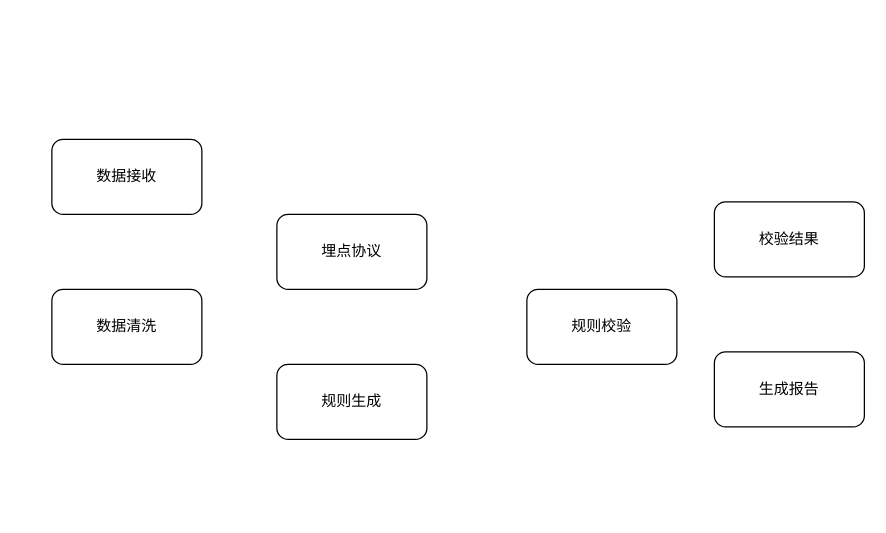
shaozc3g/draw_io keeps this draw.io diagram as 数据采集中心-测试校验模块.drawio. Above is the earlier version. Source tidied: cells renumbered, new cells numbered last; positions are measured from the earlier drawing's top-left corner, leaving out a move shared by most shapes. Both pictures are drawn from the tidied source at 125%, with x=0, y=0 at pixel (51, 139).
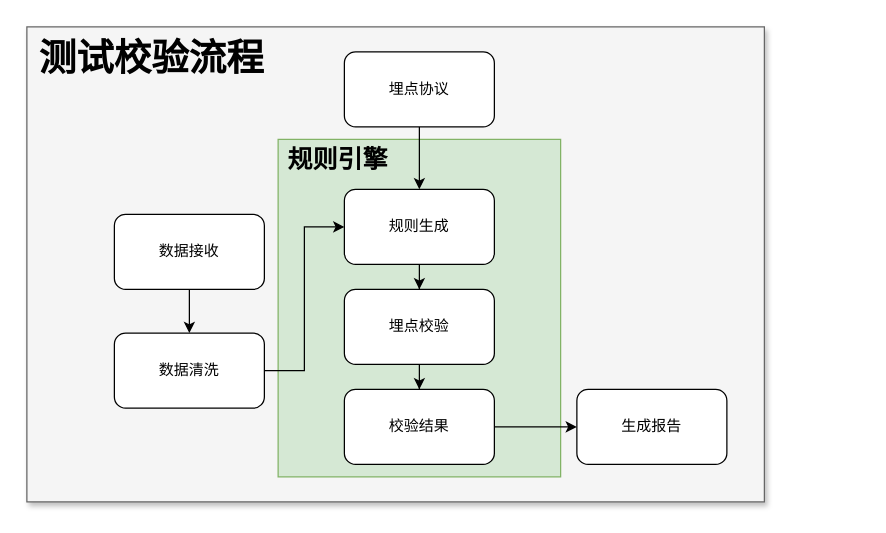
The same page after the edit.

Commit message:
更新数据采集中心-测试校验模块.drawio

The edit, as a diff of the source:
```diff
@@
 <mxGraphModel>
   <root>
     <mxCell id="0" />
     <mxCell id="1" parent="0" />
+    <mxCell id="9" style="rounded=0;whiteSpace=wrap;html=1;shadow=1;fillColor=#f5f5f5;strokeColor=#666666;fontColor=#333333;" parent="1" vertex="1">
+      <mxGeometry x="-20" y="-90" width="590" height="380" as="geometry" />
+    </mxCell>
+    <mxCell id="10" style="rounded=0;whiteSpace=wrap;html=1;fillColor=#d5e8d4;strokeColor=#82b366;" parent="1" vertex="1">
+      <mxGeometry x="181" width="226" height="270" as="geometry" />
+    </mxCell>
+    <mxCell id="11" style="edgeStyle=orthogonalEdgeStyle;rounded=0;jettySize=auto;html=1;exitX=0.5;exitY=1;exitDx=0;exitDy=0;" parent="1" edge="1" source="2" target="3">
+      <mxGeometry relative="1" as="geometry" />
+    </mxCell>
     <mxCell id="2" value="数据接收" style="rounded=1;whiteSpace=wrap;html=1;" parent="1" vertex="1">
-      <mxGeometry width="120" height="60" as="geometry" />
+      <mxGeometry x="50" y="60" width="120" height="60" as="geometry" />
     </mxCell>
+    <mxCell id="12" style="edgeStyle=orthogonalEdgeStyle;rounded=0;jettySize=auto;html=1;entryX=0;entryY=0.5;entryDx=0;entryDy=0;" parent="1" edge="1" source="3" target="5">
+      <mxGeometry relative="1" as="geometry" />
+    </mxCell>
     <mxCell id="3" value="数据清洗" style="rounded=1;whiteSpace=wrap;html=1;" parent="1" vertex="1">
-      <mxGeometry y="120" width="120" height="60" as="geometry" />
+      <mxGeometry x="50" y="155" width="120" height="60" as="geometry" />
     </mxCell>
+    <mxCell id="13" style="edgeStyle=orthogonalEdgeStyle;rounded=0;jettySize=auto;html=1;exitX=0.5;exitY=1;exitDx=0;exitDy=0;" parent="1" edge="1" source="4" target="5">
+      <mxGeometry relative="1" as="geometry" />
+    </mxCell>
     <mxCell id="4" value="埋点协议" style="rounded=1;whiteSpace=wrap;html=1;" parent="1" vertex="1">
-      <mxGeometry x="180" y="60" width="120" height="60" as="geometry" />
+      <mxGeometry x="234" y="-70" width="120" height="60" as="geometry" />
     </mxCell>
+    <mxCell id="14" style="edgeStyle=orthogonalEdgeStyle;rounded=0;jettySize=auto;html=1;exitX=0.5;exitY=1;exitDx=0;exitDy=0;" parent="1" edge="1" source="5" target="6">
+      <mxGeometry relative="1" as="geometry" />
+    </mxCell>
     <mxCell id="5" value="规则生成" style="rounded=1;whiteSpace=wrap;html=1;" parent="1" vertex="1">
-      <mxGeometry x="180" y="180" width="120" height="60" as="geometry" />
+      <mxGeometry x="234" y="40" width="120" height="60" as="geometry" />
     </mxCell>
+    <mxCell id="15" style="edgeStyle=orthogonalEdgeStyle;rounded=0;jettySize=auto;html=1;exitX=0.5;exitY=1;exitDx=0;exitDy=0;" parent="1" edge="1" source="6" target="7">
+      <mxGeometry relative="1" as="geometry" />
+    </mxCell>
-    <mxCell id="6" value="规则校验" style="rounded=1;whiteSpace=wrap;html=1;" parent="1" vertex="1">
-      <mxGeometry x="380" y="120" width="120" height="60" as="geometry" />
+    <mxCell id="6" value="埋点校验" style="rounded=1;whiteSpace=wrap;html=1;" parent="1" vertex="1">
+      <mxGeometry x="234" y="120" width="120" height="60" as="geometry" />
     </mxCell>
+    <mxCell id="16" style="edgeStyle=orthogonalEdgeStyle;rounded=0;jettySize=auto;html=1;exitX=1;exitY=0.5;exitDx=0;exitDy=0;entryX=0;entryY=0.5;entryDx=0;entryDy=0;" parent="1" edge="1" source="7" target="8">
+      <mxGeometry relative="1" as="geometry" />
+    </mxCell>
     <mxCell id="7" value="校验结果" style="rounded=1;whiteSpace=wrap;html=1;" parent="1" vertex="1">
-      <mxGeometry x="530" y="50" width="120" height="60" as="geometry" />
+      <mxGeometry x="234" y="200" width="120" height="60" as="geometry" />
     </mxCell>
     <mxCell id="8" value="生成报告" style="rounded=1;whiteSpace=wrap;html=1;" parent="1" vertex="1">
-      <mxGeometry x="530" y="170" width="120" height="60" as="geometry" />
+      <mxGeometry x="420" y="200" width="120" height="60" as="geometry" />
     </mxCell>
+    <mxCell id="17" value="规则引擎" style="text;html=1;strokeColor=none;fillColor=none;align=center;verticalAlign=middle;whiteSpace=wrap;rounded=0;fontStyle=1;fontSize=20;" parent="1" vertex="1">
+      <mxGeometry x="181" width="96" height="30" as="geometry" />
+    </mxCell>
+    <mxCell id="18" value="测试校验流程" style="text;html=1;strokeColor=none;fillColor=none;align=center;verticalAlign=middle;whiteSpace=wrap;rounded=0;fontSize=30;fontStyle=1;" parent="1" vertex="1">
+      <mxGeometry x="-20" y="-90" width="200" height="50" as="geometry" />
+    </mxCell>
   </root>
 </mxGraphModel>
```
